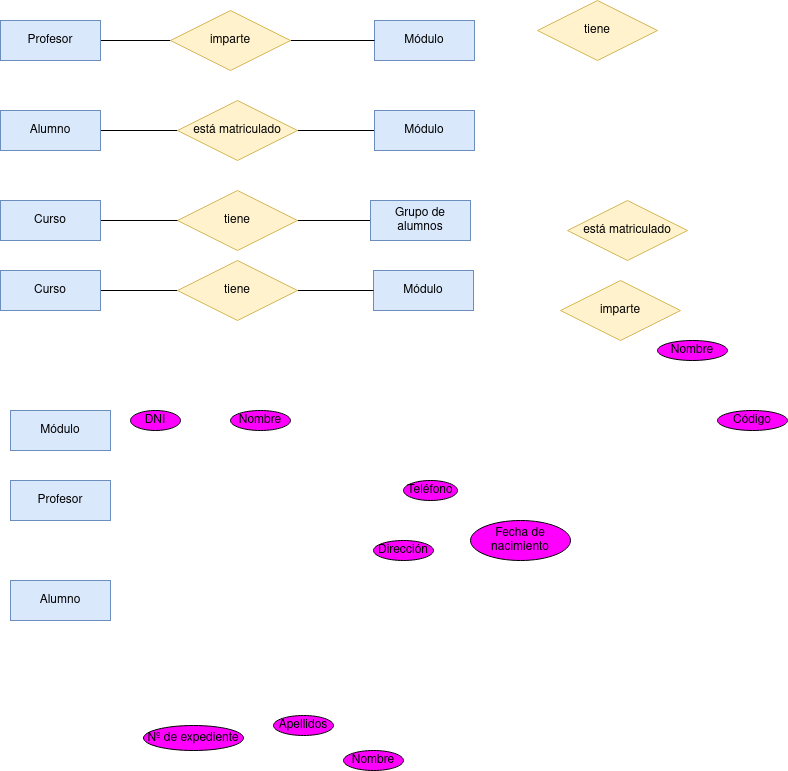
Above: Unidad-1/Tareas/Tarea-4/Diagrama Tarea 5.drawio.png in RafaelMayor/base-datos (draw.io), before the change. Source tidied: cells renumbered, new cells last; positions are measured from the earlier drawing's top-left corner, leaving out a move shared by most shapes.
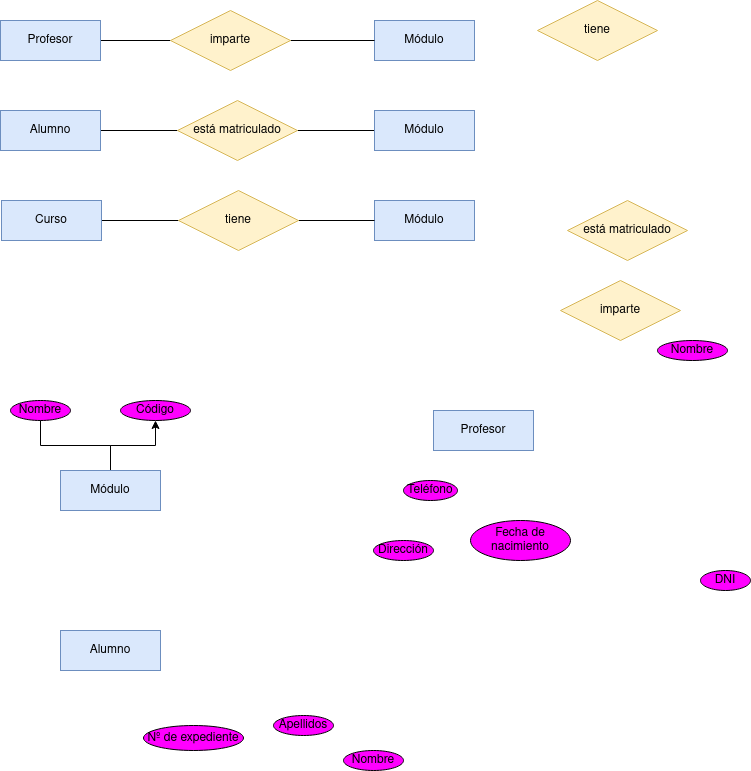
The same diagram one commit later.

The edit, as a diff of the source:
```diff
@@ -3,13 +3,13 @@
     <mxCell id="0" />
     <mxCell id="1" parent="0" />
     <mxCell id="2" value="Profesor" style="whiteSpace=wrap;html=1;align=center;fillColor=#dae8fc;strokeColor=#6c8ebf;" parent="1" vertex="1">
-      <mxGeometry x="10" y="480" width="100" height="40" as="geometry" />
+      <mxGeometry x="433" y="410" width="100" height="40" as="geometry" />
     </mxCell>
     <mxCell id="3" value="Módulo" style="whiteSpace=wrap;html=1;align=center;fillColor=#dae8fc;strokeColor=#6c8ebf;" parent="1" vertex="1">
-      <mxGeometry x="373" y="270" width="100" height="40" as="geometry" />
+      <mxGeometry x="374" y="200" width="100" height="40" as="geometry" />
     </mxCell>
     <mxCell id="4" value="Alumno" style="whiteSpace=wrap;html=1;align=center;fillColor=#dae8fc;strokeColor=#6c8ebf;" parent="1" vertex="1">
-      <mxGeometry x="10" y="580" width="100" height="40" as="geometry" />
+      <mxGeometry x="60" y="630" width="100" height="40" as="geometry" />
     </mxCell>
     <mxCell id="5" value="Teléfono" style="ellipse;whiteSpace=wrap;html=1;align=center;fillColor=#FF00FF;" parent="1" vertex="1">
       <mxGeometry x="403" y="480" width="54" height="20" as="geometry" />
@@ -18,13 +18,13 @@
       <mxGeometry x="373" y="540" width="60" height="20" as="geometry" />
     </mxCell>
     <mxCell id="7" value="Nombre" style="ellipse;whiteSpace=wrap;html=1;align=center;fillColor=#FF00FF;" parent="1" vertex="1">
-      <mxGeometry x="230" y="410" width="60" height="20" as="geometry" />
+      <mxGeometry x="10" y="400" width="60" height="20" as="geometry" />
     </mxCell>
     <mxCell id="8" value="DNI" style="ellipse;whiteSpace=wrap;html=1;align=center;fillColor=#FF00FF;" parent="1" vertex="1">
-      <mxGeometry x="130" y="410" width="50" height="20" as="geometry" />
+      <mxGeometry x="700" y="570" width="50" height="20" as="geometry" />
     </mxCell>
     <mxCell id="9" value="Código" style="ellipse;whiteSpace=wrap;html=1;align=center;fillColor=#FF00FF;" parent="1" vertex="1">
-      <mxGeometry x="717" y="410" width="70" height="20" as="geometry" />
+      <mxGeometry x="120" y="400" width="70" height="20" as="geometry" />
     </mxCell>
     <mxCell id="10" value="Nombre" style="ellipse;whiteSpace=wrap;html=1;align=center;fillColor=#FF00FF;" parent="1" vertex="1">
       <mxGeometry x="657" y="340" width="70" height="20" as="geometry" />
@@ -44,12 +44,6 @@
     <mxCell id="15" value="imparte" style="shape=rhombus;perimeter=rhombusPerimeter;whiteSpace=wrap;html=1;align=center;fillColor=#fff2cc;strokeColor=#d6b656;" parent="1" vertex="1">
       <mxGeometry x="560" y="280" width="120" height="60" as="geometry" />
     </mxCell>
-    <mxCell id="16" style="edgeStyle=orthogonalEdgeStyle;rounded=0;jettySize=auto;html=1;entryX=0;entryY=0.5;entryDx=0;entryDy=0;endArrow=none;endFill=0;" parent="1" edge="1" source="17" target="32">
-      <mxGeometry relative="1" as="geometry" />
-    </mxCell>
-    <mxCell id="17" value="tiene" style="shape=rhombus;perimeter=rhombusPerimeter;whiteSpace=wrap;html=1;align=center;fillColor=#fff2cc;strokeColor=#d6b656;" parent="1" vertex="1">
-      <mxGeometry x="177" y="190" width="120" height="60" as="geometry" />
-    </mxCell>
     <mxCell id="18" value="está matriculado" style="shape=rhombus;perimeter=rhombusPerimeter;whiteSpace=wrap;html=1;align=center;fillColor=#fff2cc;strokeColor=#d6b656;" parent="1" vertex="1">
       <mxGeometry x="567" y="200" width="120" height="60" as="geometry" />
     </mxCell>
@@ -86,29 +80,26 @@
     <mxCell id="29" value="Módulo" style="whiteSpace=wrap;html=1;align=center;fillColor=#dae8fc;strokeColor=#6c8ebf;" parent="1" vertex="1">
       <mxGeometry x="374" y="110" width="100" height="40" as="geometry" />
     </mxCell>
-    <mxCell id="30" style="edgeStyle=orthogonalEdgeStyle;rounded=0;jettySize=auto;html=1;entryX=0;entryY=0.5;entryDx=0;entryDy=0;endArrow=none;endFill=0;" parent="1" edge="1" source="31" target="17">
-      <mxGeometry relative="1" as="geometry" />
-    </mxCell>
-    <mxCell id="31" value="Curso" style="whiteSpace=wrap;html=1;align=center;fillColor=#dae8fc;strokeColor=#6c8ebf;" parent="1" vertex="1">
-      <mxGeometry y="200" width="100" height="40" as="geometry" />
-    </mxCell>
-    <mxCell id="32" value="Grupo de alumnos" style="whiteSpace=wrap;html=1;align=center;fillColor=#dae8fc;strokeColor=#6c8ebf;" parent="1" vertex="1">
-      <mxGeometry x="370" y="200" width="100" height="40" as="geometry" />
-    </mxCell>
     <mxCell id="33" style="edgeStyle=orthogonalEdgeStyle;rounded=0;jettySize=auto;html=1;entryX=0;entryY=0.5;entryDx=0;entryDy=0;endArrow=none;endFill=0;" parent="1" edge="1" source="34" target="36">
       <mxGeometry relative="1" as="geometry" />
     </mxCell>
     <mxCell id="34" value="Curso" style="whiteSpace=wrap;html=1;align=center;fillColor=#dae8fc;strokeColor=#6c8ebf;" parent="1" vertex="1">
-      <mxGeometry y="270" width="100" height="40" as="geometry" />
+      <mxGeometry x="1" y="200" width="100" height="40" as="geometry" />
     </mxCell>
     <mxCell id="35" style="edgeStyle=orthogonalEdgeStyle;rounded=0;jettySize=auto;html=1;entryX=0;entryY=0.5;entryDx=0;entryDy=0;endArrow=none;endFill=0;" parent="1" edge="1" source="36" target="3">
       <mxGeometry relative="1" as="geometry" />
     </mxCell>
     <mxCell id="36" value="tiene" style="shape=rhombus;perimeter=rhombusPerimeter;whiteSpace=wrap;html=1;align=center;fillColor=#fff2cc;strokeColor=#d6b656;" parent="1" vertex="1">
-      <mxGeometry x="177" y="260" width="120" height="60" as="geometry" />
+      <mxGeometry x="178" y="190" width="120" height="60" as="geometry" />
     </mxCell>
+    <mxCell id="38" style="edgeStyle=orthogonalEdgeStyle;rounded=0;jettySize=auto;html=1;entryX=0.5;entryY=1;entryDx=0;entryDy=0;endArrow=none;endFill=0;" parent="1" edge="1" source="37" target="7">
+      <mxGeometry relative="1" as="geometry" />
+    </mxCell>
+    <mxCell id="39" style="edgeStyle=orthogonalEdgeStyle;rounded=0;jettySize=auto;html=1;entryX=0.5;entryY=1;entryDx=0;entryDy=0;" parent="1" edge="1" source="37" target="9">
+      <mxGeometry relative="1" as="geometry" />
+    </mxCell>
     <mxCell id="37" value="Módulo" style="whiteSpace=wrap;html=1;align=center;fillColor=#dae8fc;strokeColor=#6c8ebf;" parent="1" vertex="1">
-      <mxGeometry x="10" y="410" width="100" height="40" as="geometry" />
+      <mxGeometry x="60" y="470" width="100" height="40" as="geometry" />
     </mxCell>
   </root>
 </mxGraphModel>
```
